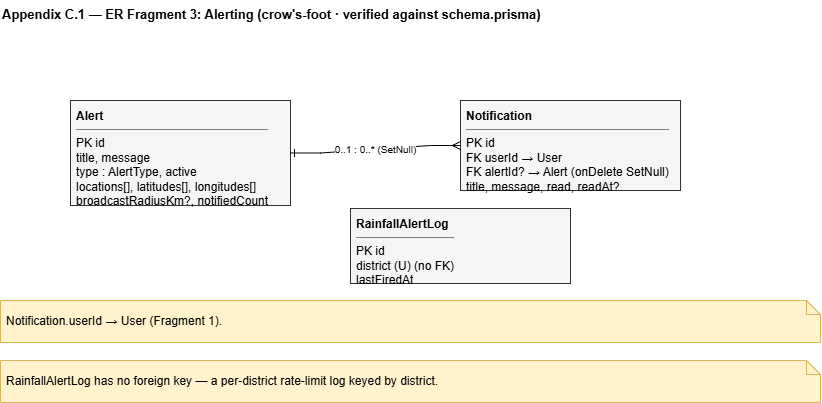
Above: research-report-source/diagrams/pngs/Appendix_C.1_ER_Fragment_03_Alerting.drawio.png in DeshanDV1003/Suraksha---Web-App (draw.io), before the change. Source tidied: cells renumbered, new cells last; positions are measured from the earlier drawing's top-left corner, leaving out a move shared by most shapes.
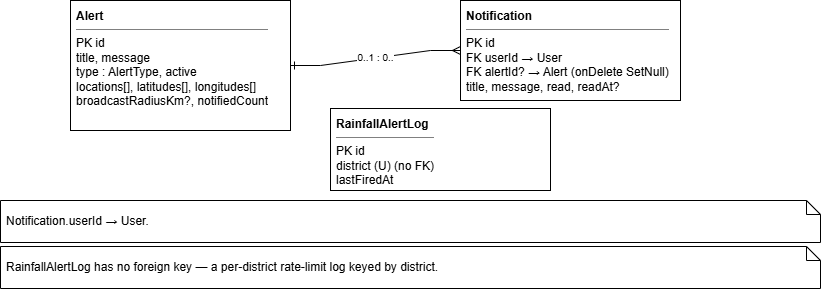
The same file after the commit.

The edit, as a diff of the source:
```diff
@@ -2,26 +2,23 @@
   <root>
     <mxCell id="0" />
     <mxCell id="1" parent="0" />
-    <mxCell id="2" value="Appendix C.1 — ER Fragment 3: Alerting   (crow's-foot · verified against schema.prisma)" style="text;html=1;fontStyle=1;fontSize=13;align=left;" parent="1" vertex="1">
-      <mxGeometry width="820" height="24" as="geometry" />
-    </mxCell>
-    <mxCell id="3" value="&lt;b&gt;Alert&lt;/b&gt;&lt;hr size=&quot;1&quot; noshade&gt;PK id&lt;br&gt;title, message&lt;br&gt;type : AlertType, active&lt;br&gt;locations[], latitudes[], longitudes[]&lt;br&gt;broadcastRadiusKm?, notifiedCount" style="rounded=0;whiteSpace=wrap;html=1;fillColor=#f5f5f5;strokeColor=#333333;align=left;verticalAlign=top;spacingLeft=4;spacingTop=2;overflow=hidden;" parent="1" vertex="1">
-      <mxGeometry x="70" y="100" width="220" height="105" as="geometry" />
+    <mxCell id="3" value="&lt;b&gt;Alert&lt;/b&gt;&lt;hr size=&quot;1&quot; noshade&gt;PK id&lt;br&gt;title, message&lt;br&gt;type : AlertType, active&lt;br&gt;locations[], latitudes[], longitudes[]&lt;br&gt;broadcastRadiusKm?, notifiedCount" style="rounded=0;whiteSpace=wrap;html=1;align=left;verticalAlign=top;spacingLeft=4;spacingTop=2;overflow=hidden;" parent="1" vertex="1">
+      <mxGeometry x="70" y="100" width="220" height="130" as="geometry" />
     </mxCell>
-    <mxCell id="4" value="&lt;b&gt;Notification&lt;/b&gt;&lt;hr size=&quot;1&quot; noshade&gt;PK id&lt;br&gt;FK userId  → User&lt;br&gt;FK alertId?  → Alert (onDelete SetNull)&lt;br&gt;title, message, read, readAt?" style="rounded=0;whiteSpace=wrap;html=1;fillColor=#f5f5f5;strokeColor=#333333;align=left;verticalAlign=top;spacingLeft=4;spacingTop=2;overflow=hidden;" parent="1" vertex="1">
-      <mxGeometry x="460" y="100" width="220" height="90" as="geometry" />
+    <mxCell id="4" value="&lt;b&gt;Notification&lt;/b&gt;&lt;hr size=&quot;1&quot; noshade&gt;PK id&lt;br&gt;FK userId  → User&lt;br&gt;FK alertId?  → Alert (onDelete SetNull)&lt;br&gt;title, message, read, readAt?" style="rounded=0;whiteSpace=wrap;html=1;align=left;verticalAlign=top;spacingLeft=4;spacingTop=2;overflow=hidden;" parent="1" vertex="1">
+      <mxGeometry x="460" y="100" width="220" height="100" as="geometry" />
     </mxCell>
-    <mxCell id="5" value="&lt;b&gt;RainfallAlertLog&lt;/b&gt;&lt;hr size=&quot;1&quot; noshade&gt;PK id&lt;br&gt;district (U)  (no FK)&lt;br&gt;lastFiredAt" style="rounded=0;whiteSpace=wrap;html=1;fillColor=#f5f5f5;strokeColor=#333333;align=left;verticalAlign=top;spacingLeft=4;spacingTop=2;overflow=hidden;" parent="1" vertex="1">
-      <mxGeometry x="350" y="208" width="220" height="75" as="geometry" />
+    <mxCell id="5" value="&lt;b&gt;RainfallAlertLog&lt;/b&gt;&lt;hr size=&quot;1&quot; noshade&gt;PK id&lt;br&gt;district (U)  (no FK)&lt;br&gt;lastFiredAt" style="rounded=0;whiteSpace=wrap;html=1;align=left;verticalAlign=top;spacingLeft=4;spacingTop=2;overflow=hidden;" parent="1" vertex="1">
+      <mxGeometry x="330" y="208" width="220" height="82" as="geometry" />
     </mxCell>
-    <mxCell id="6" value="0..1 : 0..*  (SetNull)" style="edgeStyle=entityRelationEdgeStyle;rounded=0;html=1;fontSize=10;startArrow=ERone;endArrow=ERmany;startFill=0;endFill=0;" parent="1" edge="1" source="3" target="4">
+    <mxCell id="6" value="0..1 : 0.." style="edgeStyle=entityRelationEdgeStyle;rounded=0;html=1;fontSize=10;startArrow=ERone;endArrow=ERmany;startFill=0;endFill=0;" parent="1" edge="1" source="3" target="4">
       <mxGeometry relative="1" as="geometry" />
     </mxCell>
-    <mxCell id="7" value="Notification.userId → User (Fragment 1)." style="shape=note;whiteSpace=wrap;html=1;fillColor=#fff2cc;strokeColor=#d6b656;size=14;align=left;spacingLeft=4;" parent="1" vertex="1">
+    <mxCell id="7" value="Notification.userId → User." style="shape=note;whiteSpace=wrap;html=1;size=14;align=left;spacingLeft=4;" parent="1" vertex="1">
       <mxGeometry y="300" width="820" height="42" as="geometry" />
     </mxCell>
-    <mxCell id="8" value="RainfallAlertLog has no foreign key — a per-district rate-limit log keyed by district." style="shape=note;whiteSpace=wrap;html=1;fillColor=#fff2cc;strokeColor=#d6b656;size=14;align=left;spacingLeft=4;" parent="1" vertex="1">
-      <mxGeometry y="360" width="820" height="42" as="geometry" />
+    <mxCell id="8" value="RainfallAlertLog has no foreign key — a per-district rate-limit log keyed by district." style="shape=note;whiteSpace=wrap;html=1;size=14;align=left;spacingLeft=4;" parent="1" vertex="1">
+      <mxGeometry y="346" width="820" height="42" as="geometry" />
     </mxCell>
   </root>
 </mxGraphModel>
```
